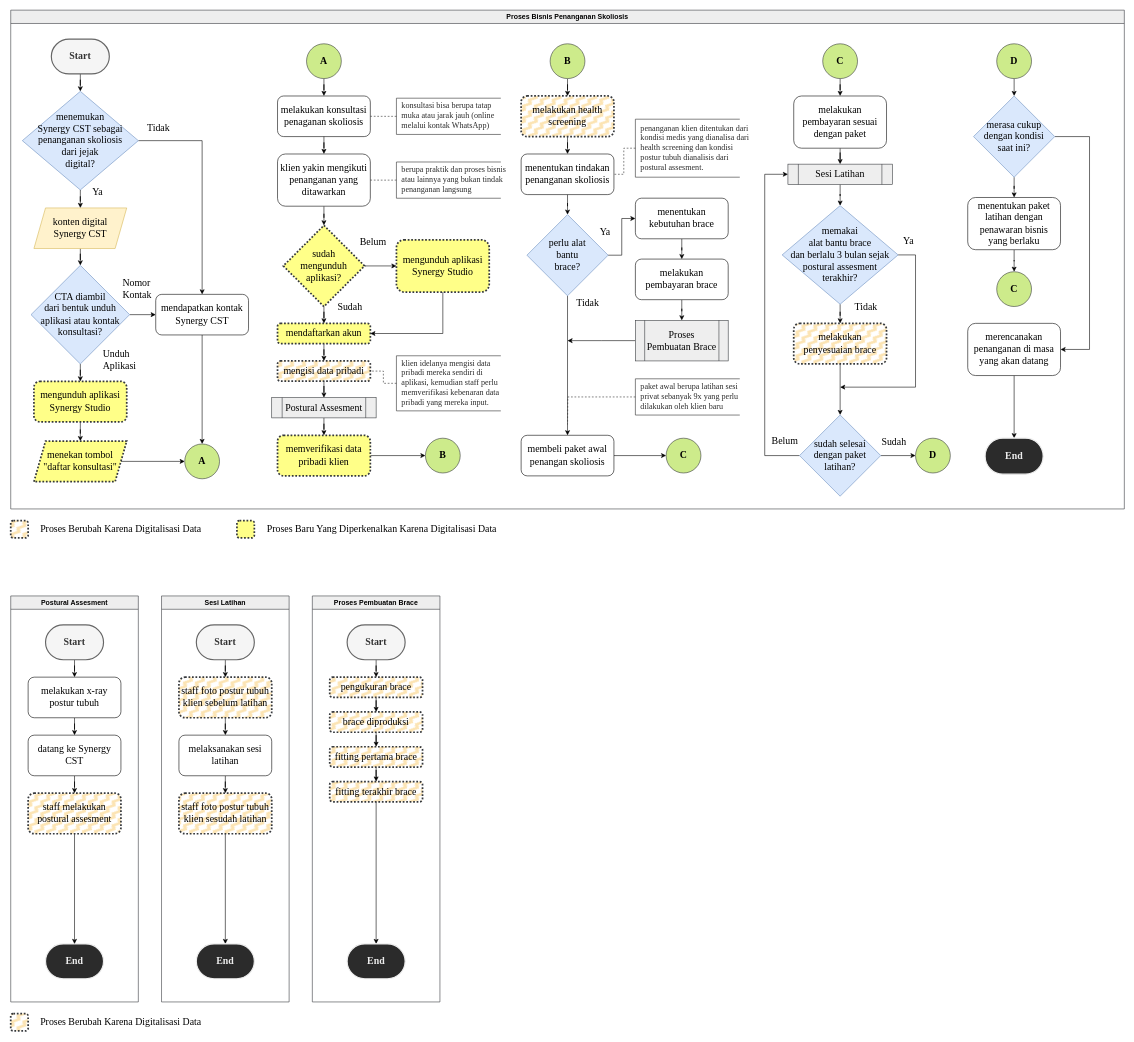
SynergyStudioBandung/synergy_studio_docs keeps this draw.io diagram as diagrams/business_flow.drawio. Above is the earlier version. Source tidied: cells renumbered, new cells numbered last; positions are measured from the earlier drawing's top-left corner, leaving out a move shared by most shapes. Both pictures are drawn from the tidied source at 58%, with x=0, y=0 at pixel (10, 10).
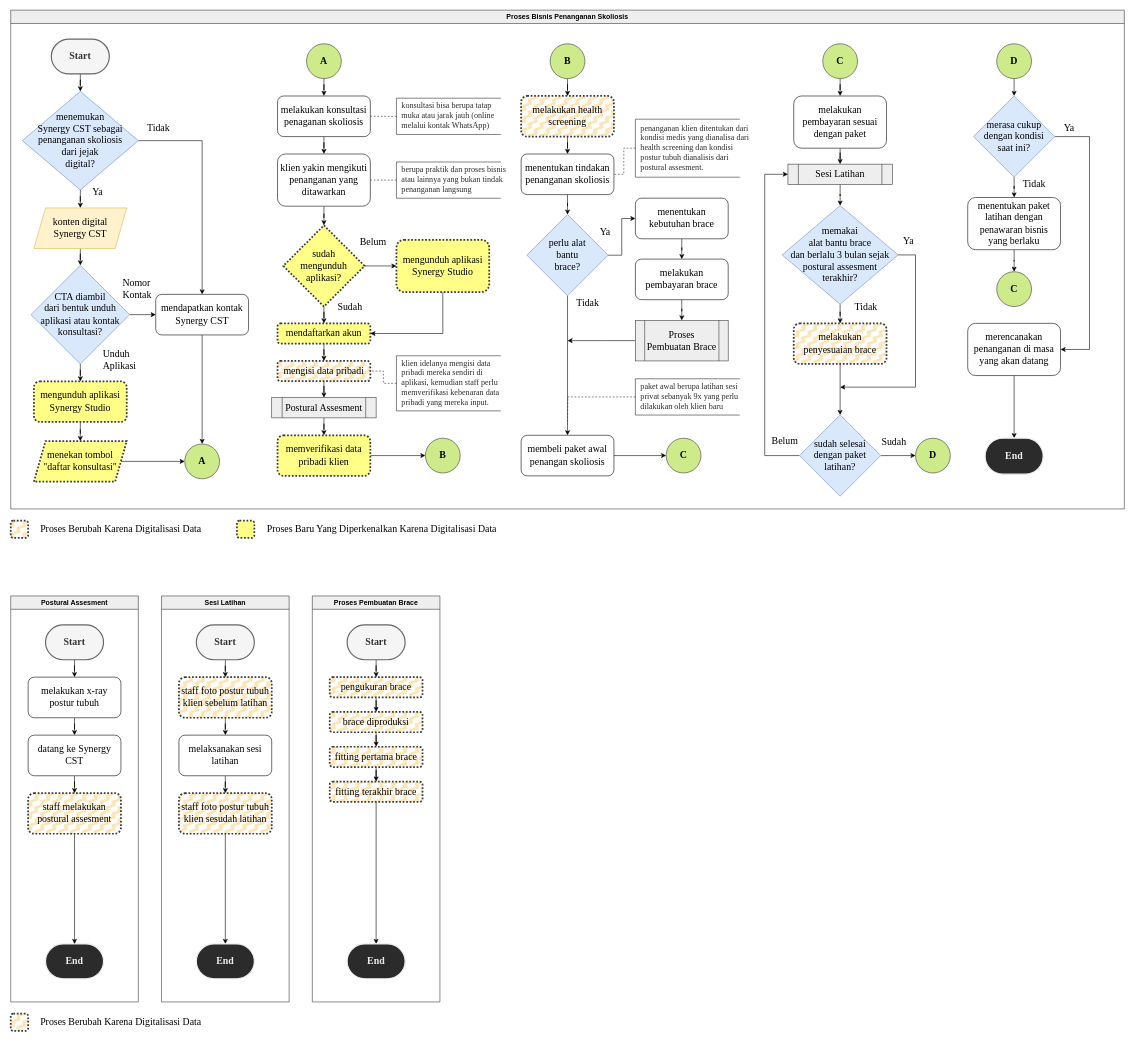
The same page after the edit.

Unchanged cells that the change refers to:
```xml
<mxCell id="22" value="Proses Bisnis Penanganan Skoliosis" style="swimlane;whiteSpace=wrap;html=1;fillColor=#eeeeee;strokeColor=#36393d;" parent="1" vertex="1">
  <mxGeometry width="1920" height="860" as="geometry" />
</mxCell>
```

Change to the diagram source:
```diff
@@
+    <mxCell id="158" value="&lt;font color=&quot;#000000&quot;&gt;Ya&lt;/font&gt;" style="text;html=1;strokeColor=none;fillColor=none;align=center;verticalAlign=middle;whiteSpace=wrap;rounded=0;fontColor=#FFFFFF;fontSize=17;fontFamily=Times New Roman;" parent="22" vertex="1">
+      <mxGeometry x="1800" y="194.2" width="50" height="20" as="geometry" />
+    </mxCell>
+    <mxCell id="159" value="&lt;font color=&quot;#000000&quot;&gt;Tidak&lt;/font&gt;" style="text;html=1;strokeColor=none;fillColor=none;align=center;verticalAlign=middle;whiteSpace=wrap;rounded=0;fontColor=#FFFFFF;fontSize=17;fontFamily=Times New Roman;" parent="22" vertex="1">
+      <mxGeometry x="1740" y="290" width="50" height="20" as="geometry" />
+    </mxCell>
```
